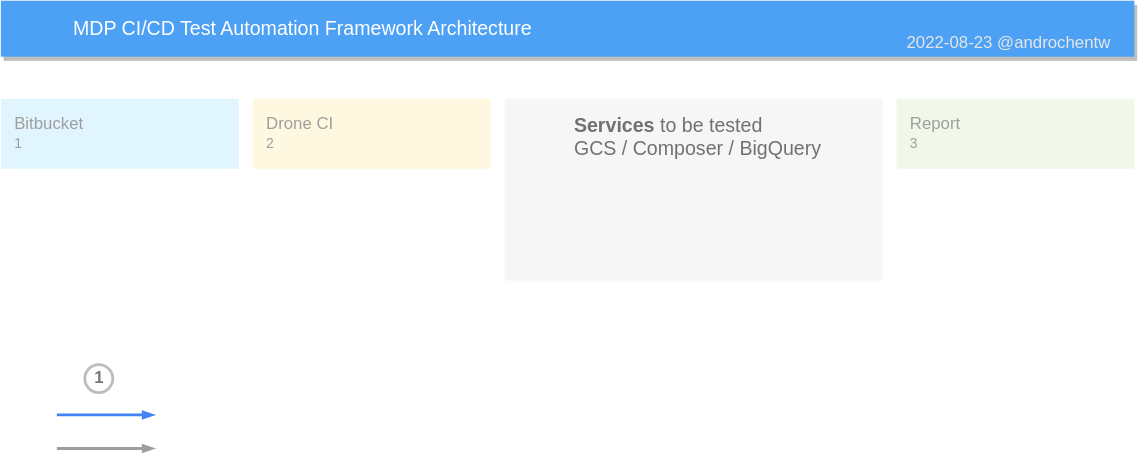
androchentw/diagrams-res keeps this draw.io diagram as mdp-dataops/2022-08-23 MDP CICD Test Automation.svg. Above is the earlier version. Source tidied: cells renumbered, new cells last; positions are measured from the earlier drawing's top-left corner, leaving out a move shared by most shapes. Source of this version:
```xml
<mxGraphModel background="#ffffff">
  <root>
    <mxCell id="0" />
    <mxCell id="1" parent="0" />
    <mxCell id="2" value="MDP CI/CD Test Automation Framework Architecture" style="fillColor=#4DA1F5;strokeColor=none;shadow=1;gradientColor=none;fontSize=14;align=left;spacingLeft=50;fontColor=#ffffff;html=1;" parent="1" vertex="1">
      <mxGeometry width="810" height="40" as="geometry" />
    </mxCell>
    <mxCell id="3" value="2022-08-23 @androchentw" style="text;html=1;align=center;verticalAlign=middle;strokeColor=none;fontColor=#E6E6E6;" parent="1" vertex="1">
      <mxGeometry x="640" y="20" width="160" height="20" as="geometry" />
    </mxCell>
    <mxCell id="4" value="1" style="shape=ellipse;fillColor=#ffffff;strokeColor=#BDBDBD;strokeWidth=2;shadow=0;gradientColor=none;fontColor=#757575;align=center;html=1;fontStyle=1;spacingTop=-1;" parent="1" vertex="1">
      <mxGeometry x="60" y="260" width="20" height="20" as="geometry" />
    </mxCell>
    <mxCell id="5" style="edgeStyle=orthogonalEdgeStyle;rounded=0;html=1;labelBackgroundColor=none;startFill=1;startSize=4;endArrow=blockThin;endFill=1;endSize=4;jettySize=auto;orthogonalLoop=1;strokeColor=#4284F3;strokeWidth=2;fontSize=12;fontColor=#000000;align=center;dashed=0;" parent="1" edge="1">
      <mxGeometry relative="1" as="geometry">
        <mxPoint x="40" y="296" as="sourcePoint" />
        <mxPoint x="110" y="296" as="targetPoint" />
      </mxGeometry>
    </mxCell>
    <mxCell id="6" style="edgeStyle=orthogonalEdgeStyle;rounded=0;html=1;labelBackgroundColor=none;startFill=1;startSize=4;endArrow=blockThin;endFill=1;endSize=4;jettySize=auto;orthogonalLoop=1;strokeColor=#9E9E9E;strokeWidth=2;fontSize=12;fontColor=#000000;align=center;dashed=0;" parent="1" edge="1">
      <mxGeometry relative="1" as="geometry">
        <mxPoint x="40" y="320" as="sourcePoint" />
        <mxPoint x="110" y="320" as="targetPoint" />
      </mxGeometry>
    </mxCell>
    <mxCell id="7" value="&lt;b&gt;Services&lt;/b&gt;&amp;nbsp;to be tested&lt;br&gt;GCS / Composer / BigQuery" style="fillColor=#F6F6F6;strokeColor=none;shadow=0;gradientColor=none;fontSize=14;align=left;spacing=10;fontColor=#717171;9E9E9E;verticalAlign=top;spacingTop=-4;fontStyle=0;spacingLeft=40;html=1;" parent="1" vertex="1">
      <mxGeometry x="360" y="70" width="270" height="130" as="geometry" />
    </mxCell>
    <mxCell id="8" value="Bitbucket&lt;br&gt;&lt;font style=&quot;font-size: 10px&quot;&gt;1&lt;/font&gt;" style="rounded=1;absoluteArcSize=1;arcSize=2;html=1;strokeColor=none;gradientColor=none;shadow=0;dashed=0;fontSize=12;fontColor=#9E9E9E;align=left;verticalAlign=top;spacing=10;spacingTop=-4;fillColor=#E1F5FE;" parent="1" vertex="1">
      <mxGeometry y="70" width="170" height="50" as="geometry" />
    </mxCell>
    <mxCell id="9" value="Drone CI&lt;br&gt;&lt;font style=&quot;font-size: 10px&quot;&gt;2&lt;/font&gt;" style="rounded=1;absoluteArcSize=1;arcSize=2;html=1;strokeColor=none;gradientColor=none;shadow=0;dashed=0;fontSize=12;fontColor=#9E9E9E;align=left;verticalAlign=top;spacing=10;spacingTop=-4;fillColor=#FFF8E1;" parent="1" vertex="1">
      <mxGeometry x="180" y="70" width="170" height="50" as="geometry" />
    </mxCell>
    <mxCell id="10" value="Report&lt;br&gt;&lt;font style=&quot;font-size: 10px&quot;&gt;3&lt;/font&gt;" style="rounded=1;absoluteArcSize=1;arcSize=2;html=1;strokeColor=none;gradientColor=none;shadow=0;dashed=0;fontSize=12;fontColor=#9E9E9E;align=left;verticalAlign=top;spacing=10;spacingTop=-4;fillColor=#F1F8E9;" parent="1" vertex="1">
      <mxGeometry x="640" y="70" width="170" height="50" as="geometry" />
    </mxCell>
  </root>
</mxGraphModel>
```
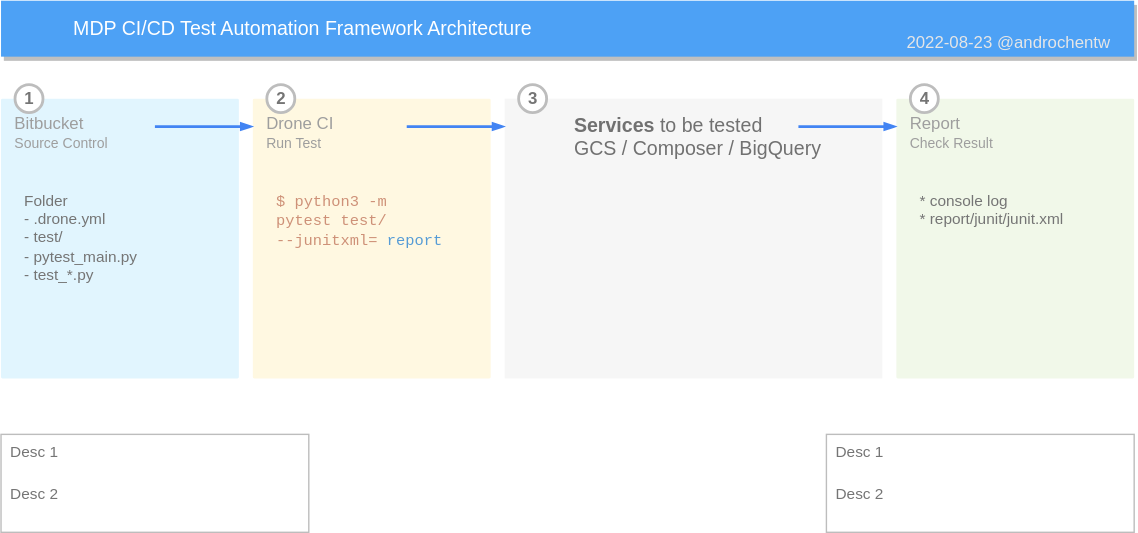
After the commit.

Commit message:
feat: add critical steps desc of test automation

What changed in the source:
```diff
@@ -8,32 +8,82 @@
     <mxCell id="3" value="2022-08-23 @androchentw" style="text;html=1;align=center;verticalAlign=middle;strokeColor=none;fontColor=#E6E6E6;" parent="1" vertex="1">
       <mxGeometry x="640" y="20" width="160" height="20" as="geometry" />
     </mxCell>
-    <mxCell id="4" value="1" style="shape=ellipse;fillColor=#ffffff;strokeColor=#BDBDBD;strokeWidth=2;shadow=0;gradientColor=none;fontColor=#757575;align=center;html=1;fontStyle=1;spacingTop=-1;" parent="1" vertex="1">
-      <mxGeometry x="60" y="260" width="20" height="20" as="geometry" />
-    </mxCell>
-    <mxCell id="5" style="edgeStyle=orthogonalEdgeStyle;rounded=0;html=1;labelBackgroundColor=none;startFill=1;startSize=4;endArrow=blockThin;endFill=1;endSize=4;jettySize=auto;orthogonalLoop=1;strokeColor=#4284F3;strokeWidth=2;fontSize=12;fontColor=#000000;align=center;dashed=0;" parent="1" edge="1">
-      <mxGeometry relative="1" as="geometry">
-        <mxPoint x="40" y="296" as="sourcePoint" />
-        <mxPoint x="110" y="296" as="targetPoint" />
-      </mxGeometry>
-    </mxCell>
-    <mxCell id="6" style="edgeStyle=orthogonalEdgeStyle;rounded=0;html=1;labelBackgroundColor=none;startFill=1;startSize=4;endArrow=blockThin;endFill=1;endSize=4;jettySize=auto;orthogonalLoop=1;strokeColor=#9E9E9E;strokeWidth=2;fontSize=12;fontColor=#000000;align=center;dashed=0;" parent="1" edge="1">
-      <mxGeometry relative="1" as="geometry">
-        <mxPoint x="40" y="320" as="sourcePoint" />
-        <mxPoint x="110" y="320" as="targetPoint" />
-      </mxGeometry>
-    </mxCell>
     <mxCell id="7" value="&lt;b&gt;Services&lt;/b&gt;&amp;nbsp;to be tested&lt;br&gt;GCS / Composer / BigQuery" style="fillColor=#F6F6F6;strokeColor=none;shadow=0;gradientColor=none;fontSize=14;align=left;spacing=10;fontColor=#717171;9E9E9E;verticalAlign=top;spacingTop=-4;fontStyle=0;spacingLeft=40;html=1;" parent="1" vertex="1">
-      <mxGeometry x="360" y="70" width="270" height="130" as="geometry" />
+      <mxGeometry x="360" y="70" width="270" height="200" as="geometry" />
     </mxCell>
-    <mxCell id="8" value="Bitbucket&lt;br&gt;&lt;font style=&quot;font-size: 10px&quot;&gt;1&lt;/font&gt;" style="rounded=1;absoluteArcSize=1;arcSize=2;html=1;strokeColor=none;gradientColor=none;shadow=0;dashed=0;fontSize=12;fontColor=#9E9E9E;align=left;verticalAlign=top;spacing=10;spacingTop=-4;fillColor=#E1F5FE;" parent="1" vertex="1">
-      <mxGeometry y="70" width="170" height="50" as="geometry" />
+    <mxCell id="8" value="Bitbucket&lt;br&gt;&lt;font style=&quot;font-size: 10px&quot;&gt;Source Control&lt;/font&gt;" style="rounded=1;absoluteArcSize=1;arcSize=2;html=1;strokeColor=none;gradientColor=none;shadow=0;dashed=0;fontSize=12;fontColor=#9E9E9E;align=left;verticalAlign=top;spacing=10;spacingTop=-4;fillColor=#E1F5FE;" parent="1" vertex="1">
+      <mxGeometry y="70" width="170" height="200" as="geometry" />
     </mxCell>
-    <mxCell id="9" value="Drone CI&lt;br&gt;&lt;font style=&quot;font-size: 10px&quot;&gt;2&lt;/font&gt;" style="rounded=1;absoluteArcSize=1;arcSize=2;html=1;strokeColor=none;gradientColor=none;shadow=0;dashed=0;fontSize=12;fontColor=#9E9E9E;align=left;verticalAlign=top;spacing=10;spacingTop=-4;fillColor=#FFF8E1;" parent="1" vertex="1">
-      <mxGeometry x="180" y="70" width="170" height="50" as="geometry" />
+    <mxCell id="9" value="Drone CI&lt;br&gt;&lt;font style=&quot;font-size: 10px&quot;&gt;Run Test&lt;/font&gt;" style="rounded=1;absoluteArcSize=1;arcSize=2;html=1;strokeColor=none;gradientColor=none;shadow=0;dashed=0;fontSize=12;fontColor=#9E9E9E;align=left;verticalAlign=top;spacing=10;spacingTop=-4;fillColor=#FFF8E1;" parent="1" vertex="1">
+      <mxGeometry x="180" y="70" width="170" height="200" as="geometry" />
     </mxCell>
-    <mxCell id="10" value="Report&lt;br&gt;&lt;font style=&quot;font-size: 10px&quot;&gt;3&lt;/font&gt;" style="rounded=1;absoluteArcSize=1;arcSize=2;html=1;strokeColor=none;gradientColor=none;shadow=0;dashed=0;fontSize=12;fontColor=#9E9E9E;align=left;verticalAlign=top;spacing=10;spacingTop=-4;fillColor=#F1F8E9;" parent="1" vertex="1">
-      <mxGeometry x="640" y="70" width="170" height="50" as="geometry" />
+    <mxCell id="10" value="Report&lt;br&gt;&lt;font style=&quot;font-size: 10px&quot;&gt;Check Result&lt;/font&gt;" style="rounded=1;absoluteArcSize=1;arcSize=2;html=1;strokeColor=none;gradientColor=none;shadow=0;dashed=0;fontSize=12;fontColor=#9E9E9E;align=left;verticalAlign=top;spacing=10;spacingTop=-4;fillColor=#F1F8E9;" parent="1" vertex="1">
+      <mxGeometry x="640" y="70" width="170" height="200" as="geometry" />
     </mxCell>
+    <mxCell id="11" value="Folder&lt;br&gt;- .drone.yml&lt;br&gt;- test/&lt;br&gt;&amp;nbsp; - pytest_main.py&lt;br&gt;&amp;nbsp; - test_*.py" style="strokeColor=none;fillColor=none;fontColor=#757575;align=left;html=1;fontStyle=0;spacingLeft=5;fontSize=11;verticalAlign=top;whiteSpace=wrap;spacingRight=5;" parent="1" vertex="1">
+      <mxGeometry x="10" y="130" width="120" height="100" as="geometry" />
+    </mxCell>
+    <mxCell id="12" value="&lt;font style=&quot;font-size: 11px&quot;&gt;&lt;span style=&quot;color: rgb(206 , 145 , 120) ; font-family: &amp;#34;menlo&amp;#34; , &amp;#34;monaco&amp;#34; , &amp;#34;courier new&amp;#34; , monospace&quot;&gt;$&lt;/span&gt;&lt;span style=&quot;color: rgb(206 , 145 , 120) ; font-family: &amp;#34;menlo&amp;#34; , &amp;#34;monaco&amp;#34; , &amp;#34;courier new&amp;#34; , monospace&quot;&gt;&amp;nbsp;&lt;/span&gt;&lt;span style=&quot;font-family: &amp;#34;menlo&amp;#34; , &amp;#34;monaco&amp;#34; , &amp;#34;courier new&amp;#34; , monospace ; color: rgb(206 , 145 , 120)&quot;&gt;python3 -m &lt;br&gt;&amp;nbsp; pytest test/ &lt;br&gt;&amp;nbsp; --junitxml=&lt;/span&gt;&lt;span style=&quot;font-family: &amp;#34;menlo&amp;#34; , &amp;#34;monaco&amp;#34; , &amp;#34;courier new&amp;#34; , monospace&quot;&gt;&lt;font color=&quot;#569cd6&quot;&gt;report&lt;/font&gt;&lt;/span&gt;&lt;/font&gt;" style="strokeColor=none;fillColor=none;fontColor=#757575;align=left;html=1;fontStyle=0;spacingLeft=5;fontSize=11;verticalAlign=top;whiteSpace=wrap;spacingRight=5;" parent="1" vertex="1">
+      <mxGeometry x="190" y="130" width="140" height="100" as="geometry" />
+    </mxCell>
+    <mxCell id="13" value="* console log&lt;br&gt;* report/junit/junit.xml" style="strokeColor=none;fillColor=none;fontColor=#757575;align=left;html=1;fontStyle=0;spacingLeft=5;fontSize=11;verticalAlign=top;whiteSpace=wrap;spacingRight=5;" parent="1" vertex="1">
+      <mxGeometry x="650" y="130" width="130" height="100" as="geometry" />
+    </mxCell>
+    <mxCell id="4" value="1" style="shape=ellipse;fillColor=#ffffff;strokeColor=#BDBDBD;strokeWidth=2;shadow=0;gradientColor=none;fontColor=#757575;align=center;html=1;fontStyle=1;spacingTop=-1;" parent="1" vertex="1">
+      <mxGeometry x="10" y="60" width="20" height="20" as="geometry" />
+    </mxCell>
+    <mxCell id="14" value="2" style="shape=ellipse;fillColor=#ffffff;strokeColor=#BDBDBD;strokeWidth=2;shadow=0;gradientColor=none;fontColor=#757575;align=center;html=1;fontStyle=1;spacingTop=-1;" parent="1" vertex="1">
+      <mxGeometry x="190" y="60" width="20" height="20" as="geometry" />
+    </mxCell>
+    <mxCell id="15" value="3" style="shape=ellipse;fillColor=#ffffff;strokeColor=#BDBDBD;strokeWidth=2;shadow=0;gradientColor=none;fontColor=#757575;align=center;html=1;fontStyle=1;spacingTop=-1;" parent="1" vertex="1">
+      <mxGeometry x="370" y="60" width="20" height="20" as="geometry" />
+    </mxCell>
+    <mxCell id="16" value="4" style="shape=ellipse;fillColor=#ffffff;strokeColor=#BDBDBD;strokeWidth=2;shadow=0;gradientColor=none;fontColor=#757575;align=center;html=1;fontStyle=1;spacingTop=-1;" parent="1" vertex="1">
+      <mxGeometry x="650" y="60" width="20" height="20" as="geometry" />
+    </mxCell>
+    <mxCell id="5" style="edgeStyle=orthogonalEdgeStyle;rounded=0;html=1;labelBackgroundColor=none;startFill=1;startSize=4;endArrow=blockThin;endFill=1;endSize=4;jettySize=auto;orthogonalLoop=1;strokeColor=#4284F3;strokeWidth=2;fontSize=12;fontColor=#000000;align=center;dashed=0;" parent="1" edge="1">
+      <mxGeometry relative="1" as="geometry">
+        <mxPoint x="110" y="90" as="sourcePoint" />
+        <mxPoint x="180" y="90" as="targetPoint" />
+      </mxGeometry>
+    </mxCell>
+    <mxCell id="17" style="edgeStyle=orthogonalEdgeStyle;rounded=0;html=1;labelBackgroundColor=none;startFill=1;startSize=4;endArrow=blockThin;endFill=1;endSize=4;jettySize=auto;orthogonalLoop=1;strokeColor=#4284F3;strokeWidth=2;fontSize=12;fontColor=#000000;align=center;dashed=0;" parent="1" edge="1">
+      <mxGeometry relative="1" as="geometry">
+        <mxPoint x="290" y="90" as="sourcePoint" />
+        <mxPoint x="360" y="90" as="targetPoint" />
+      </mxGeometry>
+    </mxCell>
+    <mxCell id="18" style="edgeStyle=orthogonalEdgeStyle;rounded=0;html=1;labelBackgroundColor=none;startFill=1;startSize=4;endArrow=blockThin;endFill=1;endSize=4;jettySize=auto;orthogonalLoop=1;strokeColor=#4284F3;strokeWidth=2;fontSize=12;fontColor=#000000;align=center;dashed=0;" parent="1" edge="1">
+      <mxGeometry relative="1" as="geometry">
+        <mxPoint x="570" y="90" as="sourcePoint" />
+        <mxPoint x="640" y="90" as="targetPoint" />
+        <Array as="points">
+          <mxPoint x="620" y="90" />
+          <mxPoint x="620" y="90" />
+        </Array>
+      </mxGeometry>
+    </mxCell>
+    <mxCell id="19" style="fillColor=#ffffff;strokeColor=#BDBDBD;strokeWidth=1;shadow=0;gradientColor=none;fontSize=10;fontColor=#9E9E9E;align=center;html=1;" parent="1" vertex="1">
+      <mxGeometry y="310" width="220" height="70" as="geometry" />
+    </mxCell>
+    <mxCell id="20" value="Desc 1" style="strokeColor=none;fillColor=none;fontColor=#757575;align=left;html=1;fontStyle=0;spacingLeft=5;fontSize=11;verticalAlign=top;whiteSpace=wrap;spacingRight=5;" parent="19" vertex="1">
+      <mxGeometry width="200" height="30" relative="1" as="geometry" />
+    </mxCell>
+    <mxCell id="21" value="Desc 2" style="strokeColor=none;fillColor=none;fontColor=#757575;align=left;html=1;fontStyle=0;spacingLeft=5;fontSize=11;verticalAlign=top;whiteSpace=wrap;spacingRight=5;" parent="19" vertex="1">
+      <mxGeometry width="200" height="30" relative="1" as="geometry">
+        <mxPoint y="30" as="offset" />
+      </mxGeometry>
+    </mxCell>
+    <mxCell id="22" style="fillColor=#ffffff;strokeColor=#BDBDBD;strokeWidth=1;shadow=0;gradientColor=none;fontSize=10;fontColor=#9E9E9E;align=center;html=1;" parent="1" vertex="1">
+      <mxGeometry x="590" y="310" width="220" height="70" as="geometry" />
+    </mxCell>
+    <mxCell id="23" value="Desc 1" style="strokeColor=none;fillColor=none;fontColor=#757575;align=left;html=1;fontStyle=0;spacingLeft=5;fontSize=11;verticalAlign=top;whiteSpace=wrap;spacingRight=5;" parent="22" vertex="1">
+      <mxGeometry width="200" height="30" relative="1" as="geometry" />
+    </mxCell>
+    <mxCell id="24" value="Desc 2" style="strokeColor=none;fillColor=none;fontColor=#757575;align=left;html=1;fontStyle=0;spacingLeft=5;fontSize=11;verticalAlign=top;whiteSpace=wrap;spacingRight=5;" parent="22" vertex="1">
+      <mxGeometry width="200" height="30" relative="1" as="geometry">
+        <mxPoint y="30" as="offset" />
+      </mxGeometry>
+    </mxCell>
   </root>
 </mxGraphModel>
```
